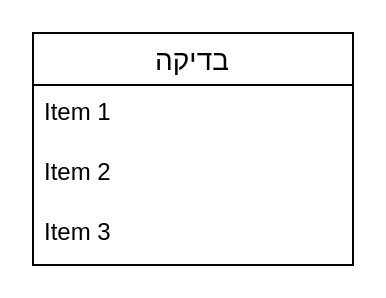
The draw.io diagram תרגיל בית 1 עד ה18.11/Solution_HW1.drawio in Kfir-G/DataBases-ERD_diagrams, before the edit. Source tidied: cells renumbered, new cells numbered last; positions are measured from the earlier drawing's top-left corner, leaving out a move shared by most shapes. Both pictures are drawn from the tidied source at 200%, with x=0, y=0 at pixel (32, 32).
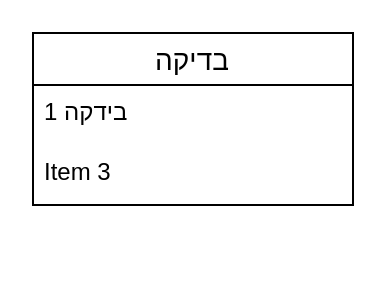
The same page after the edit.

Diff of the diagram source:
```diff
@@
 <mxGraphModel>
   <root>
     <mxCell id="0" />
     <mxCell id="1" parent="0" />
     <mxCell id="2" value="בדיקה" style="swimlane;fontStyle=0;horizontal=1;startSize=26;align=center;fontSize=14;" parent="1" vertex="1">
-      <mxGeometry width="160" height="116" as="geometry" />
+      <mxGeometry width="160" height="86" as="geometry" />
     </mxCell>
-    <mxCell id="3" value="Item 1" style="text;strokeColor=none;fillColor=none;spacingLeft=4;spacingRight=4;overflow=hidden;fontSize=12;" parent="2" vertex="1">
-      <mxGeometry y="26" width="160" height="30" as="geometry" />
-    </mxCell>
-    <mxCell id="4" value="Item 2" style="text;strokeColor=none;fillColor=none;spacingLeft=4;spacingRight=4;overflow=hidden;fontSize=12;" parent="2" vertex="1">
-      <mxGeometry y="56" width="160" height="30" as="geometry" />
+    <mxCell id="4" value="בידקה 1" style="text;strokeColor=none;fillColor=none;spacingLeft=4;spacingRight=4;overflow=hidden;fontSize=12;" parent="2" vertex="1">
+      <mxGeometry y="26" width="160" height="30" as="geometry" />
     </mxCell>
     <mxCell id="5" value="Item 3" style="text;strokeColor=none;fillColor=none;spacingLeft=4;spacingRight=4;overflow=hidden;fontSize=12;" parent="2" vertex="1">
-      <mxGeometry y="86" width="160" height="30" as="geometry" />
+      <mxGeometry y="56" width="160" height="30" as="geometry" />
     </mxCell>
   </root>
 </mxGraphModel>
```
